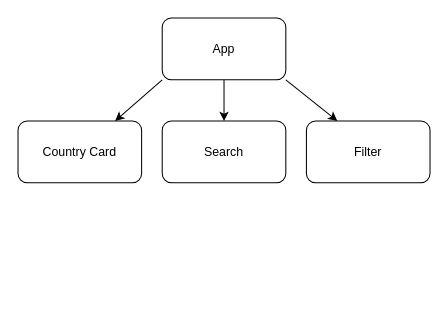
Above: mapfinder/src/tree.drawio in sarahcrack/around-the-world (draw.io), before the change. Source tidied: cells renumbered, new cells numbered last; positions are measured from the earlier drawing's top-left corner, leaving out a move shared by most shapes. Both pictures are drawn from the tidied source at 103%, with x=0, y=0 at pixel (18, 18).
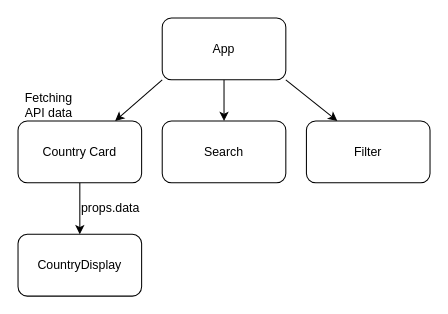
Above is the later version.

Diff of the diagram source:
```diff
@@
 <mxGraphModel>
   <root>
     <mxCell id="0" />
     <mxCell id="1" parent="0" />
     <mxCell id="2" style="edgeStyle=none;html=1;exitX=0;exitY=1;exitDx=0;exitDy=0;" parent="1" edge="1" source="5" target="6">
       <mxGeometry relative="1" as="geometry" />
     </mxCell>
     <mxCell id="3" style="edgeStyle=none;html=1;" parent="1" edge="1" source="5" target="7">
       <mxGeometry relative="1" as="geometry" />
     </mxCell>
     <mxCell id="4" style="edgeStyle=none;html=1;exitX=1;exitY=1;exitDx=0;exitDy=0;entryX=0.25;entryY=0;entryDx=0;entryDy=0;" parent="1" edge="1" source="5" target="8">
       <mxGeometry relative="1" as="geometry" />
     </mxCell>
     <mxCell id="5" value="App" style="rounded=1;whiteSpace=wrap;html=1;" parent="1" vertex="1">
       <mxGeometry x="140" width="120" height="60" as="geometry" />
     </mxCell>
+    <mxCell id="9" style="edgeStyle=none;html=1;entryX=0.5;entryY=0;entryDx=0;entryDy=0;" parent="1" edge="1" source="6" target="10">
+      <mxGeometry relative="1" as="geometry" />
+    </mxCell>
     <mxCell id="6" value="Country Card" style="rounded=1;whiteSpace=wrap;html=1;" parent="1" vertex="1">
       <mxGeometry y="100" width="120" height="60" as="geometry" />
     </mxCell>
     <mxCell id="7" value="Search" style="rounded=1;whiteSpace=wrap;html=1;" parent="1" vertex="1">
       <mxGeometry x="140" y="100" width="120" height="60" as="geometry" />
     </mxCell>
     <mxCell id="8" value="Filter" style="rounded=1;whiteSpace=wrap;html=1;" parent="1" vertex="1">
       <mxGeometry x="280" y="100" width="120" height="60" as="geometry" />
     </mxCell>
+    <mxCell id="10" value="CountryDisplay" style="rounded=1;whiteSpace=wrap;html=1;" parent="1" vertex="1">
+      <mxGeometry y="210" width="120" height="60" as="geometry" />
+    </mxCell>
+    <mxCell id="11" value="Fetching API data" style="text;html=1;strokeColor=none;fillColor=none;align=center;verticalAlign=middle;whiteSpace=wrap;rounded=0;" parent="1" vertex="1">
+      <mxGeometry y="70" width="60" height="30" as="geometry" />
+    </mxCell>
+    <mxCell id="12" value="props.data" style="text;html=1;strokeColor=none;fillColor=none;align=center;verticalAlign=middle;whiteSpace=wrap;rounded=0;" parent="1" vertex="1">
+      <mxGeometry x="60" y="170" width="60" height="30" as="geometry" />
+    </mxCell>
   </root>
 </mxGraphModel>
```
